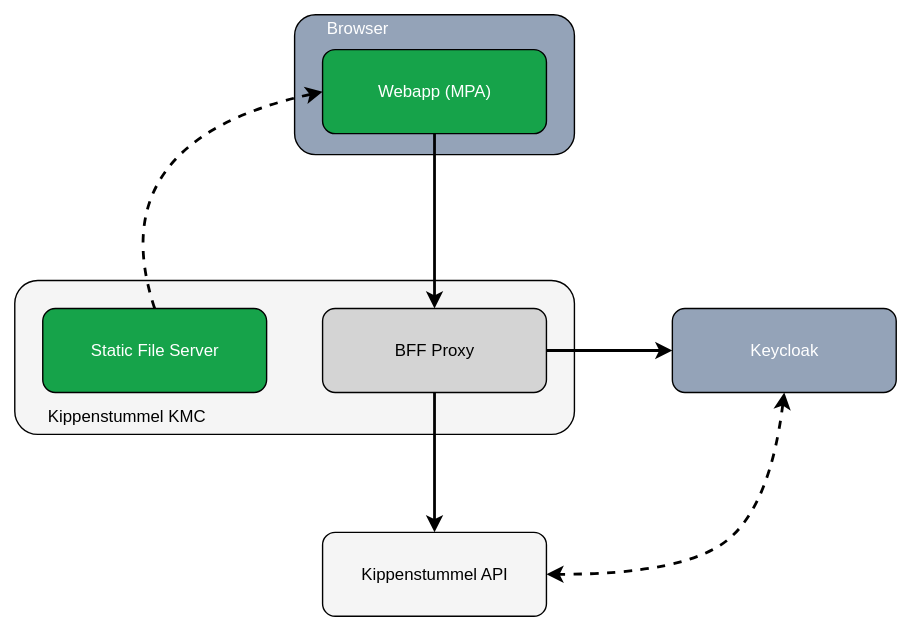
Earlier version of the draw.io export docs/images/architecture-overview.svg (MuellerConstantin/kippenstummel-kmc). Source tidied: cells renumbered, new cells last; positions are measured from the earlier drawing's top-left corner, leaving out a move shared by most shapes. Source of this version:
```xml
<mxGraphModel>
  <root>
    <mxCell id="0" />
    <mxCell id="1" parent="0" />
    <mxCell id="2" style="rounded=1;whiteSpace=wrap;html=1;fillColor=#F5F5F5;" parent="1" vertex="1">
      <mxGeometry y="190" width="400" height="110" as="geometry" />
    </mxCell>
    <mxCell id="3" value="&lt;span style=&quot;&quot;&gt;Static File Server&lt;/span&gt;" style="rounded=1;whiteSpace=wrap;html=1;fillColor=#16A34A;strokeColor=#000000;fontColor=#FFFFFF;" parent="1" vertex="1">
      <mxGeometry x="20" y="210" width="160" height="60" as="geometry" />
    </mxCell>
    <mxCell id="4" style="edgeStyle=orthogonalEdgeStyle;rounded=0;jettySize=auto;html=1;exitX=0.5;exitY=1;exitDx=0;exitDy=0;entryX=0.5;entryY=0;entryDx=0;entryDy=0;strokeWidth=2;" parent="1" edge="1" source="6" target="13">
      <mxGeometry relative="1" as="geometry" />
    </mxCell>
    <mxCell id="5" style="edgeStyle=orthogonalEdgeStyle;rounded=0;jettySize=auto;html=1;exitX=1;exitY=0.5;exitDx=0;exitDy=0;entryX=0;entryY=0.5;entryDx=0;entryDy=0;strokeWidth=2;" parent="1" edge="1" source="6" target="14">
      <mxGeometry relative="1" as="geometry" />
    </mxCell>
    <mxCell id="6" value="BFF Proxy" style="rounded=1;whiteSpace=wrap;html=1;fillColor=#D4D4D4;strokeColor=#000000;" parent="1" vertex="1">
      <mxGeometry x="220" y="210" width="160" height="60" as="geometry" />
    </mxCell>
    <mxCell id="7" style="rounded=1;whiteSpace=wrap;html=1;fillColor=#94A3B8;strokeColor=#000000;" parent="1" vertex="1">
      <mxGeometry x="200" width="200" height="100" as="geometry" />
    </mxCell>
    <mxCell id="8" style="edgeStyle=orthogonalEdgeStyle;rounded=0;jettySize=auto;html=1;exitX=0.5;exitY=1;exitDx=0;exitDy=0;entryX=0.5;entryY=0;entryDx=0;entryDy=0;strokeWidth=2;" parent="1" edge="1" source="9" target="6">
      <mxGeometry relative="1" as="geometry" />
    </mxCell>
    <mxCell id="9" value="&lt;span style=&quot;&quot;&gt;Webapp (MPA)&lt;/span&gt;" style="rounded=1;whiteSpace=wrap;html=1;fillColor=#16A34A;strokeColor=#000000;fontColor=#FFFFFF;" parent="1" vertex="1">
      <mxGeometry x="220" y="25" width="160" height="60" as="geometry" />
    </mxCell>
    <mxCell id="10" value="&lt;span style=&quot;&quot;&gt;Browser&lt;/span&gt;" style="text;html=1;align=center;verticalAlign=middle;whiteSpace=wrap;rounded=0;fontColor=#FFFFFF;" parent="1" vertex="1">
      <mxGeometry x="220" width="50" height="20" as="geometry" />
    </mxCell>
    <mxCell id="11" style="curved=1;endArrow=classic;html=1;rounded=0;exitX=0.5;exitY=0;exitDx=0;exitDy=0;entryX=0;entryY=0.5;entryDx=0;entryDy=0;strokeWidth=2;dashed=1;" parent="1" edge="1" source="3" target="9">
      <mxGeometry relative="1" as="geometry">
        <Array as="points">
          <mxPoint x="60" y="90" />
        </Array>
      </mxGeometry>
    </mxCell>
    <mxCell id="12" value="Kippenstummel KMC" style="text;html=1;align=center;verticalAlign=middle;whiteSpace=wrap;rounded=0;" parent="1" vertex="1">
      <mxGeometry x="20" y="277" width="120" height="20" as="geometry" />
    </mxCell>
    <mxCell id="13" value="Kippenstummel API" style="rounded=1;whiteSpace=wrap;html=1;fillColor=#F5F5F5;" parent="1" vertex="1">
      <mxGeometry x="220" y="370" width="160" height="60" as="geometry" />
    </mxCell>
    <mxCell id="14" value="Keycloak" style="rounded=1;whiteSpace=wrap;html=1;fillColor=#94A3B8;strokeColor=#000000;fontColor=#FFFFFF;" parent="1" vertex="1">
      <mxGeometry x="470" y="210" width="160" height="60" as="geometry" />
    </mxCell>
    <mxCell id="15" style="curved=1;endArrow=classic;html=1;rounded=0;exitX=0.5;exitY=1;exitDx=0;exitDy=0;entryX=1;entryY=0.5;entryDx=0;entryDy=0;startArrow=classic;startFill=1;dashed=1;strokeWidth=2;" parent="1" edge="1" source="14" target="13">
      <mxGeometry relative="1" as="geometry">
        <Array as="points">
          <mxPoint x="540" y="350" />
          <mxPoint x="480" y="400" />
        </Array>
      </mxGeometry>
    </mxCell>
  </root>
</mxGraphModel>
```
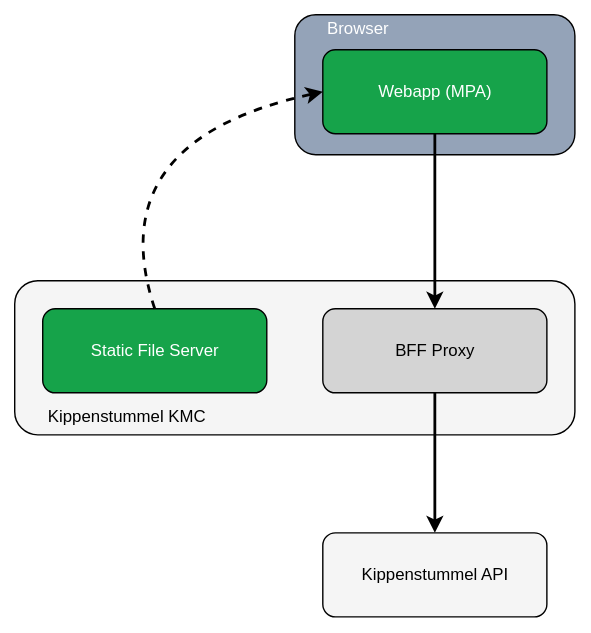
After the commit.

Change to the diagram source:
```diff
@@ -2,24 +2,21 @@
   <root>
     <mxCell id="0" />
     <mxCell id="1" parent="0" />
-    <mxCell id="2" style="rounded=1;whiteSpace=wrap;html=1;fillColor=#F5F5F5;" parent="1" vertex="1">
-      <mxGeometry y="190" width="400" height="110" as="geometry" />
-    </mxCell>
+    <mxCell id="16" style="rounded=1;whiteSpace=wrap;html=1;fillColor=#F5F5F5;" parent="1" vertex="1">
+      <mxGeometry y="190" width="400" height="110" as="geometry" />
+    </mxCell>
     <mxCell id="3" value="&lt;span style=&quot;&quot;&gt;Static File Server&lt;/span&gt;" style="rounded=1;whiteSpace=wrap;html=1;fillColor=#16A34A;strokeColor=#000000;fontColor=#FFFFFF;" parent="1" vertex="1">
       <mxGeometry x="20" y="210" width="160" height="60" as="geometry" />
     </mxCell>
     <mxCell id="4" style="edgeStyle=orthogonalEdgeStyle;rounded=0;jettySize=auto;html=1;exitX=0.5;exitY=1;exitDx=0;exitDy=0;entryX=0.5;entryY=0;entryDx=0;entryDy=0;strokeWidth=2;" parent="1" edge="1" source="6" target="13">
       <mxGeometry relative="1" as="geometry" />
     </mxCell>
-    <mxCell id="5" style="edgeStyle=orthogonalEdgeStyle;rounded=0;jettySize=auto;html=1;exitX=1;exitY=0.5;exitDx=0;exitDy=0;entryX=0;entryY=0.5;entryDx=0;entryDy=0;strokeWidth=2;" parent="1" edge="1" source="6" target="14">
-      <mxGeometry relative="1" as="geometry" />
-    </mxCell>
     <mxCell id="6" value="BFF Proxy" style="rounded=1;whiteSpace=wrap;html=1;fillColor=#D4D4D4;strokeColor=#000000;" parent="1" vertex="1">
       <mxGeometry x="220" y="210" width="160" height="60" as="geometry" />
     </mxCell>
-    <mxCell id="7" style="rounded=1;whiteSpace=wrap;html=1;fillColor=#94A3B8;strokeColor=#000000;" parent="1" vertex="1">
-      <mxGeometry x="200" width="200" height="100" as="geometry" />
-    </mxCell>
+    <mxCell id="17" style="rounded=1;whiteSpace=wrap;html=1;fillColor=#94A3B8;strokeColor=#000000;" parent="1" vertex="1">
+      <mxGeometry x="200" width="200" height="100" as="geometry" />
+    </mxCell>
     <mxCell id="8" style="edgeStyle=orthogonalEdgeStyle;rounded=0;jettySize=auto;html=1;exitX=0.5;exitY=1;exitDx=0;exitDy=0;entryX=0.5;entryY=0;entryDx=0;entryDy=0;strokeWidth=2;" parent="1" edge="1" source="9" target="6">
       <mxGeometry relative="1" as="geometry" />
     </mxCell>
@@ -42,16 +39,5 @@
     <mxCell id="13" value="Kippenstummel API" style="rounded=1;whiteSpace=wrap;html=1;fillColor=#F5F5F5;" parent="1" vertex="1">
       <mxGeometry x="220" y="370" width="160" height="60" as="geometry" />
     </mxCell>
-    <mxCell id="14" value="Keycloak" style="rounded=1;whiteSpace=wrap;html=1;fillColor=#94A3B8;strokeColor=#000000;fontColor=#FFFFFF;" parent="1" vertex="1">
-      <mxGeometry x="470" y="210" width="160" height="60" as="geometry" />
-    </mxCell>
-    <mxCell id="15" style="curved=1;endArrow=classic;html=1;rounded=0;exitX=0.5;exitY=1;exitDx=0;exitDy=0;entryX=1;entryY=0.5;entryDx=0;entryDy=0;startArrow=classic;startFill=1;dashed=1;strokeWidth=2;" parent="1" edge="1" source="14" target="13">
-      <mxGeometry relative="1" as="geometry">
-        <Array as="points">
-          <mxPoint x="540" y="350" />
-          <mxPoint x="480" y="400" />
-        </Array>
-      </mxGeometry>
-    </mxCell>
   </root>
 </mxGraphModel>
```
